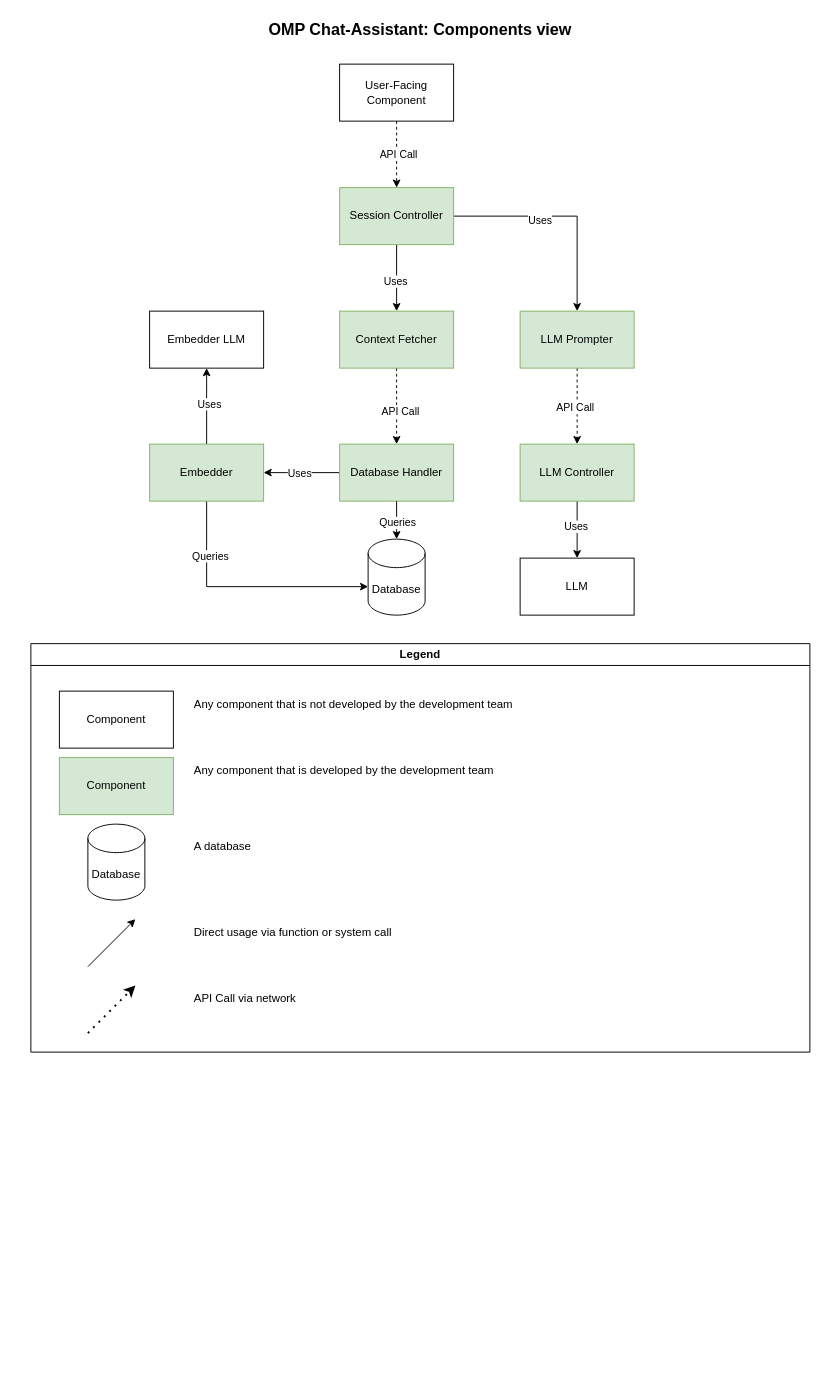
OMP-Industrial-Project-Chat-Assistant/OMP-Chat-Assistant-Process keeps this draw.io diagram as Diagrams/ComponentsView.drawio. Above is the earlier version. Source tidied: cells renumbered, new cells numbered last; positions are measured from the earlier drawing's top-left corner, leaving out a move shared by most shapes. Both pictures are drawn from the tidied source at 95%, with x=0, y=0 at pixel (16, 16).
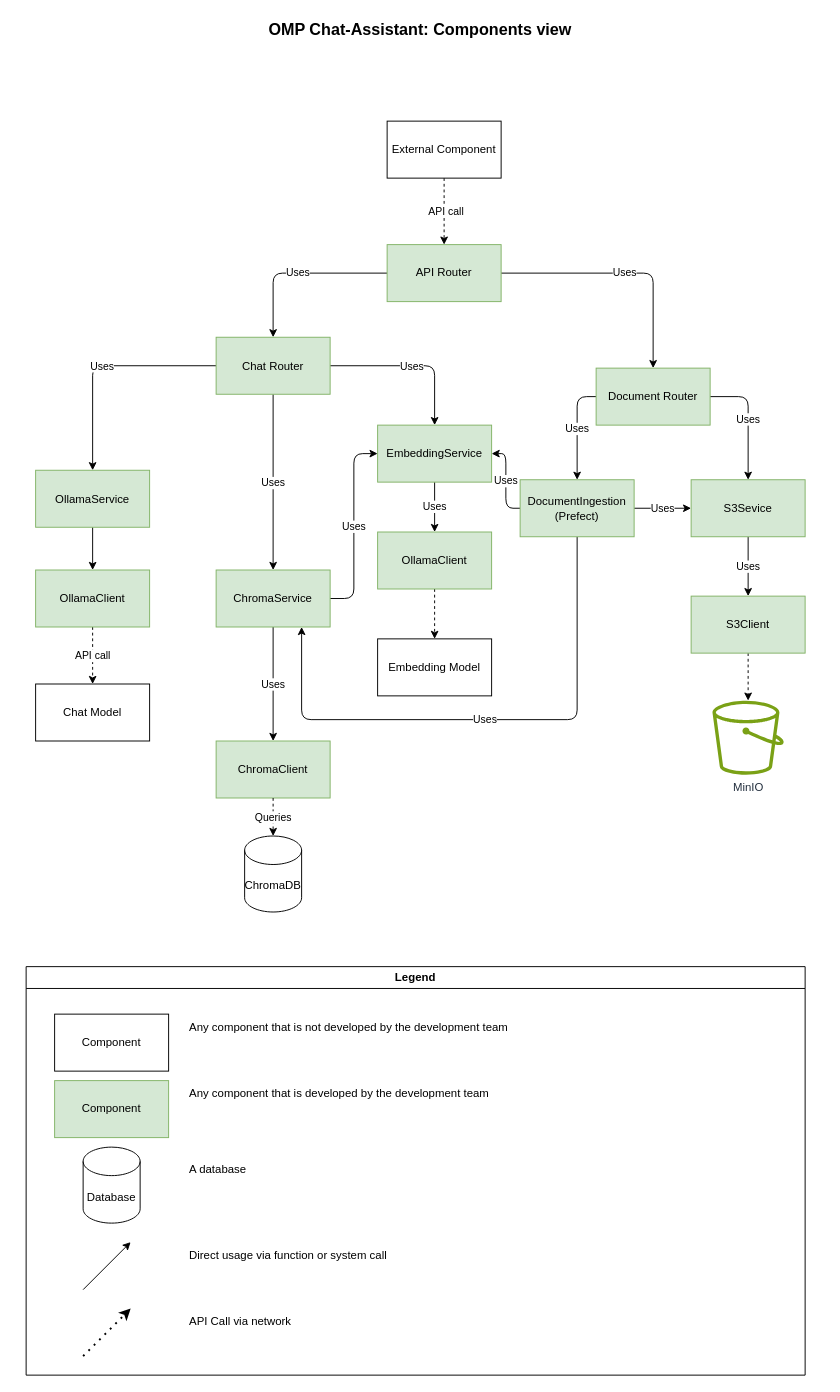
After the change.

Commit message (it also covers changes not shown here):
[chat] redesign arch

What changed in the source:
```diff
@@
-<mxGraphModel>
+<mxGraphModel background="#ffffff">
@@
     <mxCell id="3" value="Legend" style="swimlane;whiteSpace=wrap;html=1;" parent="1" vertex="1">
-      <mxGeometry x="15" y="660" width="820" height="430" as="geometry" />
+      <mxGeometry x="10" y="1000" width="820" height="430" as="geometry" />
     </mxCell>
@@
-    <mxCell id="14" style="edgeStyle=orthogonalEdgeStyle;rounded=0;jettySize=auto;html=1;entryX=0.5;entryY=0;entryDx=0;entryDy=0;dashed=1;" parent="1" edge="1" source="16" target="21">
-      <mxGeometry relative="1" as="geometry" />
-    </mxCell>
-    <mxCell id="15" value="API Call" style="edgeLabel;html=1;align=center;verticalAlign=middle;" parent="14" vertex="1">
-      <mxGeometry x="-0.02" y="1" relative="1" as="geometry" />
-    </mxCell>
-    <mxCell id="16" value="User-Facing Component" style="rounded=0;whiteSpace=wrap;html=1;" parent="1" vertex="1">
-      <mxGeometry x="340" y="50" width="120" height="60" as="geometry" />
-    </mxCell>
-    <mxCell id="17" style="edgeStyle=orthogonalEdgeStyle;rounded=0;jettySize=auto;html=1;entryX=0.5;entryY=0;entryDx=0;entryDy=0;" parent="1" edge="1" source="21" target="24">
-      <mxGeometry relative="1" as="geometry" />
-    </mxCell>
-    <mxCell id="18" value="Uses" style="edgeLabel;html=1;align=center;verticalAlign=middle;" parent="17" vertex="1">
-      <mxGeometry x="0.09" y="-2" relative="1" as="geometry" />
-    </mxCell>
-    <mxCell id="19" style="edgeStyle=orthogonalEdgeStyle;rounded=0;jettySize=auto;html=1;entryX=0.5;entryY=0;entryDx=0;entryDy=0;" parent="1" edge="1" source="21" target="27">
-      <mxGeometry relative="1" as="geometry" />
-    </mxCell>
-    <mxCell id="20" value="Uses" style="edgeLabel;html=1;align=center;verticalAlign=middle;" parent="19" vertex="1">
-      <mxGeometry x="-0.22" y="-4" relative="1" as="geometry" />
-    </mxCell>
-    <mxCell id="21" value="Session Controller" style="rounded=0;whiteSpace=wrap;html=1;fillColor=#d5e8d4;strokeColor=#82b366;" parent="1" vertex="1">
-      <mxGeometry x="340" y="180" width="120" height="60" as="geometry" />
-    </mxCell>
-    <mxCell id="22" style="edgeStyle=orthogonalEdgeStyle;rounded=0;jettySize=auto;html=1;entryX=0.5;entryY=0;entryDx=0;entryDy=0;dashed=1;" parent="1" edge="1" source="24" target="30">
-      <mxGeometry relative="1" as="geometry" />
-    </mxCell>
-    <mxCell id="23" value="API Call" style="edgeLabel;html=1;align=center;verticalAlign=middle;" parent="22" vertex="1">
-      <mxGeometry x="0.12" y="3" relative="1" as="geometry" />
-    </mxCell>
-    <mxCell id="24" value="Context Fetcher" style="rounded=0;whiteSpace=wrap;html=1;fillColor=#d5e8d4;strokeColor=#82b366;" parent="1" vertex="1">
-      <mxGeometry x="340" y="310" width="120" height="60" as="geometry" />
-    </mxCell>
-    <mxCell id="25" style="edgeStyle=orthogonalEdgeStyle;rounded=0;jettySize=auto;html=1;entryX=0.5;entryY=0;entryDx=0;entryDy=0;dashed=1;" parent="1" edge="1" source="27" target="33">
-      <mxGeometry relative="1" as="geometry" />
-    </mxCell>
-    <mxCell id="26" value="API Call" style="edgeLabel;html=1;align=center;verticalAlign=middle;" parent="25" vertex="1">
-      <mxGeometry x="0.02" y="-3" relative="1" as="geometry" />
-    </mxCell>
-    <mxCell id="27" value="LLM Prompter" style="rounded=0;whiteSpace=wrap;html=1;fillColor=#d5e8d4;strokeColor=#82b366;" parent="1" vertex="1">
-      <mxGeometry x="530" y="310" width="120" height="60" as="geometry" />
-    </mxCell>
-    <mxCell id="28" style="edgeStyle=orthogonalEdgeStyle;rounded=0;jettySize=auto;html=1;" parent="1" edge="1" source="30">
-      <mxGeometry relative="1" as="geometry">
-        <mxPoint x="260" y="480" as="targetPoint" />
-      </mxGeometry>
-    </mxCell>
-    <mxCell id="29" value="Uses" style="edgeLabel;html=1;align=center;verticalAlign=middle;" parent="28" vertex="1">
-      <mxGeometry x="0.06" relative="1" as="geometry" />
-    </mxCell>
-    <mxCell id="30" value="Database Handler" style="rounded=0;whiteSpace=wrap;html=1;fillColor=#d5e8d4;strokeColor=#82b366;" parent="1" vertex="1">
-      <mxGeometry x="340" y="450" width="120" height="60" as="geometry" />
-    </mxCell>
-    <mxCell id="31" style="edgeStyle=orthogonalEdgeStyle;rounded=0;jettySize=auto;html=1;entryX=0.5;entryY=0;entryDx=0;entryDy=0;" parent="1" edge="1" source="33" target="43">
-      <mxGeometry relative="1" as="geometry" />
-    </mxCell>
-    <mxCell id="32" value="Uses" style="edgeLabel;html=1;align=center;verticalAlign=middle;" parent="31" vertex="1">
-      <mxGeometry x="-0.12" y="-2" relative="1" as="geometry" />
-    </mxCell>
-    <mxCell id="33" value="LLM Controller" style="rounded=0;whiteSpace=wrap;html=1;fillColor=#d5e8d4;strokeColor=#82b366;" parent="1" vertex="1">
-      <mxGeometry x="530" y="450" width="120" height="60" as="geometry" />
-    </mxCell>
-    <mxCell id="34" value="Database" style="shape=cylinder3;whiteSpace=wrap;html=1;boundedLbl=1;backgroundOutline=1;size=15;" parent="1" vertex="1">
-      <mxGeometry x="370" y="550" width="60" height="80" as="geometry" />
-    </mxCell>
-    <mxCell id="35" style="edgeStyle=orthogonalEdgeStyle;rounded=0;jettySize=auto;html=1;entryX=0.5;entryY=0;entryDx=0;entryDy=0;entryPerimeter=0;" parent="1" edge="1" source="30" target="34">
-      <mxGeometry relative="1" as="geometry" />
-    </mxCell>
-    <mxCell id="36" value="Queries" style="edgeLabel;html=1;align=center;verticalAlign=middle;" parent="35" vertex="1">
-      <mxGeometry x="0.09" relative="1" as="geometry" />
-    </mxCell>
-    <mxCell id="37" style="edgeStyle=orthogonalEdgeStyle;rounded=0;jettySize=auto;html=1;" parent="1" edge="1" source="41">
-      <mxGeometry relative="1" as="geometry">
-        <mxPoint x="370" y="600" as="targetPoint" />
-        <Array as="points">
-          <mxPoint x="200" y="600" />
-          <mxPoint x="370" y="600" />
-        </Array>
-      </mxGeometry>
-    </mxCell>
-    <mxCell id="38" value="Queries" style="edgeLabel;html=1;align=center;verticalAlign=middle;" parent="37" vertex="1">
-      <mxGeometry x="-0.56" y="3" relative="1" as="geometry" />
-    </mxCell>
-    <mxCell id="39" style="edgeStyle=orthogonalEdgeStyle;rounded=0;jettySize=auto;html=1;entryX=0.5;entryY=1;entryDx=0;entryDy=0;" parent="1" edge="1" source="41" target="42">
-      <mxGeometry relative="1" as="geometry" />
-    </mxCell>
-    <mxCell id="40" value="Uses" style="edgeLabel;html=1;align=center;verticalAlign=middle;" parent="39" vertex="1">
-      <mxGeometry x="0.07" y="-2" relative="1" as="geometry" />
-    </mxCell>
-    <mxCell id="41" value="Embedder" style="rounded=0;whiteSpace=wrap;html=1;fillColor=#d5e8d4;strokeColor=#82b366;" parent="1" vertex="1">
-      <mxGeometry x="140" y="450" width="120" height="60" as="geometry" />
-    </mxCell>
-    <mxCell id="42" value="Embedder LLM" style="rounded=0;whiteSpace=wrap;html=1;" parent="1" vertex="1">
-      <mxGeometry x="140" y="310" width="120" height="60" as="geometry" />
-    </mxCell>
-    <mxCell id="43" value="LLM" style="rounded=0;whiteSpace=wrap;html=1;" parent="1" vertex="1">
-      <mxGeometry x="530" y="570" width="120" height="60" as="geometry" />
-    </mxCell>
+    <mxCell id="44" style="edgeStyle=orthogonalEdgeStyle;rounded=0;jettySize=auto;html=1;entryX=0.5;entryY=0;entryDx=0;entryDy=0;dashed=1;" parent="1" edge="1" source="46" target="49">
+      <mxGeometry relative="1" as="geometry" />
+    </mxCell>
+    <mxCell id="45" value="API call" style="edgeLabel;html=1;align=center;verticalAlign=middle;" parent="44" vertex="1">
+      <mxGeometry x="-0.02" y="1" relative="1" as="geometry" />
+    </mxCell>
+    <mxCell id="46" value="External Component" style="rounded=0;whiteSpace=wrap;html=1;" parent="1" vertex="1">
+      <mxGeometry x="390" y="110" width="120" height="60" as="geometry" />
+    </mxCell>
+    <mxCell id="47" value="Uses" style="edgeStyle=orthogonalEdgeStyle;html=1;exitX=1;exitY=0.5;exitDx=0;exitDy=0;entryX=0.5;entryY=0;entryDx=0;entryDy=0;" parent="1" edge="1" source="49" target="56">
+      <mxGeometry relative="1" as="geometry" />
+    </mxCell>
+    <mxCell id="48" value="Uses" style="edgeStyle=orthogonalEdgeStyle;html=1;exitX=0;exitY=0.5;exitDx=0;exitDy=0;entryX=0.5;entryY=0;entryDx=0;entryDy=0;" parent="1" edge="1" source="49" target="53">
+      <mxGeometry relative="1" as="geometry" />
+    </mxCell>
+    <mxCell id="49" value="API Router" style="rounded=0;whiteSpace=wrap;html=1;fillColor=#d5e8d4;strokeColor=#82b366;" parent="1" vertex="1">
+      <mxGeometry x="390" y="240" width="120" height="60" as="geometry" />
+    </mxCell>
+    <mxCell id="50" value="Uses" style="edgeStyle=orthogonalEdgeStyle;html=1;exitX=0.5;exitY=1;exitDx=0;exitDy=0;entryX=0.5;entryY=0;entryDx=0;entryDy=0;" parent="1" edge="1" source="53" target="78">
+      <mxGeometry relative="1" as="geometry" />
+    </mxCell>
+    <mxCell id="51" value="Uses" style="edgeStyle=orthogonalEdgeStyle;html=1;exitX=1;exitY=0.5;exitDx=0;exitDy=0;entryX=0.5;entryY=0;entryDx=0;entryDy=0;" parent="1" edge="1" source="53" target="72">
+      <mxGeometry relative="1" as="geometry" />
+    </mxCell>
+    <mxCell id="52" value="Uses" style="edgeStyle=orthogonalEdgeStyle;html=1;exitX=0;exitY=0.5;exitDx=0;exitDy=0;entryX=0.5;entryY=0;entryDx=0;entryDy=0;" parent="1" edge="1" source="53" target="67">
+      <mxGeometry relative="1" as="geometry" />
+    </mxCell>
+    <mxCell id="53" value="Chat Router" style="rounded=0;whiteSpace=wrap;html=1;fillColor=#d5e8d4;strokeColor=#82b366;" parent="1" vertex="1">
+      <mxGeometry x="210" y="337.5" width="120" height="60" as="geometry" />
+    </mxCell>
+    <mxCell id="54" value="Uses" style="edgeStyle=orthogonalEdgeStyle;html=1;exitX=1;exitY=0.5;exitDx=0;exitDy=0;entryX=0.5;entryY=0;entryDx=0;entryDy=0;" parent="1" edge="1" source="56" target="58">
+      <mxGeometry relative="1" as="geometry" />
+    </mxCell>
+    <mxCell id="55" value="Uses" style="edgeStyle=orthogonalEdgeStyle;html=1;exitX=0;exitY=0.5;exitDx=0;exitDy=0;entryX=0.5;entryY=0;entryDx=0;entryDy=0;" parent="1" edge="1" source="56" target="65">
+      <mxGeometry relative="1" as="geometry" />
+    </mxCell>
+    <mxCell id="56" value="Document Router" style="rounded=0;whiteSpace=wrap;html=1;fillColor=#d5e8d4;strokeColor=#82b366;" parent="1" vertex="1">
+      <mxGeometry x="610" y="370" width="120" height="60" as="geometry" />
+    </mxCell>
+    <mxCell id="57" value="Uses" style="edgeStyle=orthogonalEdgeStyle;html=1;exitX=0.5;exitY=1;exitDx=0;exitDy=0;entryX=0.5;entryY=0;entryDx=0;entryDy=0;" parent="1" edge="1" source="58" target="60">
+      <mxGeometry relative="1" as="geometry" />
+    </mxCell>
+    <mxCell id="58" value="S3Sevice" style="rounded=0;whiteSpace=wrap;html=1;fillColor=#d5e8d4;strokeColor=#82b366;" parent="1" vertex="1">
+      <mxGeometry x="710" y="487.5" width="120" height="60" as="geometry" />
+    </mxCell>
+    <mxCell id="59" style="edgeStyle=orthogonalEdgeStyle;html=1;exitX=0.5;exitY=1;exitDx=0;exitDy=0;dashed=1;" parent="1" edge="1" source="60" target="61">
+      <mxGeometry relative="1" as="geometry" />
+    </mxCell>
+    <mxCell id="60" value="S3Client" style="rounded=0;whiteSpace=wrap;html=1;fillColor=#d5e8d4;strokeColor=#82b366;" parent="1" vertex="1">
+      <mxGeometry x="710" y="610" width="120" height="60" as="geometry" />
+    </mxCell>
+    <mxCell id="61" value="MinIO" style="sketch=0;outlineConnect=0;fontColor=#232F3E;gradientColor=none;fillColor=#7AA116;strokeColor=none;dashed=0;verticalLabelPosition=bottom;verticalAlign=top;align=center;html=1;fontSize=12;fontStyle=0;shape=mxgraph.aws4.bucket;" parent="1" vertex="1">
+      <mxGeometry x="732.5" y="720" width="75" height="78" as="geometry" />
+    </mxCell>
+    <mxCell id="62" value="Uses" style="edgeStyle=orthogonalEdgeStyle;html=1;exitX=0;exitY=0.5;exitDx=0;exitDy=0;entryX=1;entryY=0.5;entryDx=0;entryDy=0;" parent="1" edge="1" source="65" target="72">
+      <mxGeometry relative="1" as="geometry" />
+    </mxCell>
+    <mxCell id="63" value="Uses" style="edgeStyle=orthogonalEdgeStyle;html=1;exitX=1;exitY=0.5;exitDx=0;exitDy=0;entryX=0;entryY=0.5;entryDx=0;entryDy=0;" parent="1" edge="1" source="65" target="58">
+      <mxGeometry relative="1" as="geometry" />
+    </mxCell>
+    <mxCell id="64" value="Uses" style="edgeStyle=orthogonalEdgeStyle;html=1;exitX=0.5;exitY=1;exitDx=0;exitDy=0;entryX=0.75;entryY=1;entryDx=0;entryDy=0;" parent="1" edge="1" source="65" target="78">
+      <mxGeometry relative="1" as="geometry">
+        <Array as="points">
+          <mxPoint x="590" y="740" />
+          <mxPoint x="300" y="740" />
+        </Array>
+      </mxGeometry>
+    </mxCell>
+    <mxCell id="65" value="DocumentIngestion (Prefect)" style="rounded=0;whiteSpace=wrap;html=1;fillColor=#d5e8d4;strokeColor=#82b366;" parent="1" vertex="1">
+      <mxGeometry x="530" y="487.5" width="120" height="60" as="geometry" />
+    </mxCell>
+    <mxCell id="66" style="edgeStyle=orthogonalEdgeStyle;html=1;exitX=0.5;exitY=1;exitDx=0;exitDy=0;entryX=0.5;entryY=0;entryDx=0;entryDy=0;" parent="1" edge="1" source="67" target="69">
+      <mxGeometry relative="1" as="geometry" />
+    </mxCell>
+    <mxCell id="67" value="OllamaService" style="rounded=0;whiteSpace=wrap;html=1;fillColor=#d5e8d4;strokeColor=#82b366;" parent="1" vertex="1">
+      <mxGeometry x="20" y="477.5" width="120" height="60" as="geometry" />
+    </mxCell>
+    <mxCell id="68" value="API call" style="edgeStyle=orthogonalEdgeStyle;html=1;exitX=0.5;exitY=1;exitDx=0;exitDy=0;entryX=0.5;entryY=0;entryDx=0;entryDy=0;dashed=1;" parent="1" edge="1" source="69" target="70">
+      <mxGeometry relative="1" as="geometry" />
+    </mxCell>
+    <mxCell id="69" value="OllamaClient" style="rounded=0;whiteSpace=wrap;html=1;fillColor=#d5e8d4;strokeColor=#82b366;" parent="1" vertex="1">
+      <mxGeometry x="20" y="582.5" width="120" height="60" as="geometry" />
+    </mxCell>
+    <mxCell id="70" value="Chat Model" style="rounded=0;whiteSpace=wrap;html=1;" parent="1" vertex="1">
+      <mxGeometry x="20" y="702.5" width="120" height="60" as="geometry" />
+    </mxCell>
+    <mxCell id="71" value="Uses" style="edgeStyle=orthogonalEdgeStyle;html=1;exitX=0.5;exitY=1;exitDx=0;exitDy=0;" parent="1" edge="1" source="72" target="74">
+      <mxGeometry relative="1" as="geometry" />
+    </mxCell>
+    <mxCell id="72" value="EmbeddingService" style="rounded=0;whiteSpace=wrap;html=1;fillColor=#d5e8d4;strokeColor=#82b366;" parent="1" vertex="1">
+      <mxGeometry x="380" y="430" width="120" height="60" as="geometry" />
+    </mxCell>
+    <mxCell id="73" style="edgeStyle=orthogonalEdgeStyle;html=1;exitX=0.5;exitY=1;exitDx=0;exitDy=0;entryX=0.5;entryY=0;entryDx=0;entryDy=0;dashed=1;" parent="1" edge="1" source="74" target="75">
+      <mxGeometry relative="1" as="geometry" />
+    </mxCell>
+    <mxCell id="74" value="OllamaClient" style="rounded=0;whiteSpace=wrap;html=1;fillColor=#d5e8d4;strokeColor=#82b366;" parent="1" vertex="1">
+      <mxGeometry x="380" y="542.5" width="120" height="60" as="geometry" />
+    </mxCell>
+    <mxCell id="75" value="Embedding Model" style="rounded=0;whiteSpace=wrap;html=1;" parent="1" vertex="1">
+      <mxGeometry x="380" y="655" width="120" height="60" as="geometry" />
+    </mxCell>
+    <mxCell id="76" value="Uses" style="edgeStyle=orthogonalEdgeStyle;html=1;exitX=0.5;exitY=1;exitDx=0;exitDy=0;entryX=0.5;entryY=0;entryDx=0;entryDy=0;" parent="1" edge="1" source="78" target="79">
+      <mxGeometry relative="1" as="geometry" />
+    </mxCell>
+    <mxCell id="77" value="Uses" style="edgeStyle=orthogonalEdgeStyle;html=1;exitX=1;exitY=0.5;exitDx=0;exitDy=0;entryX=0;entryY=0.5;entryDx=0;entryDy=0;" parent="1" edge="1" source="78" target="72">
+      <mxGeometry relative="1" as="geometry" />
+    </mxCell>
+    <mxCell id="78" value="ChromaService" style="rounded=0;whiteSpace=wrap;html=1;fillColor=#d5e8d4;strokeColor=#82b366;" parent="1" vertex="1">
+      <mxGeometry x="210" y="582.5" width="120" height="60" as="geometry" />
+    </mxCell>
+    <mxCell id="79" value="ChromaClient" style="rounded=0;whiteSpace=wrap;html=1;fillColor=#d5e8d4;strokeColor=#82b366;" parent="1" vertex="1">
+      <mxGeometry x="210" y="762.5" width="120" height="60" as="geometry" />
+    </mxCell>
+    <mxCell id="80" value="Queries" style="edgeStyle=orthogonalEdgeStyle;html=1;exitX=0.5;exitY=1;exitDx=0;exitDy=0;entryX=0.5;entryY=0;entryDx=0;entryDy=0;entryPerimeter=0;dashed=1;" parent="1" edge="1" source="79" target="81">
+      <mxGeometry relative="1" as="geometry" />
+    </mxCell>
+    <mxCell id="81" value="ChromaDB" style="shape=cylinder3;whiteSpace=wrap;html=1;boundedLbl=1;backgroundOutline=1;size=15;" parent="1" vertex="1">
+      <mxGeometry x="240" y="862.5" width="60" height="80" as="geometry" />
+    </mxCell>
```
